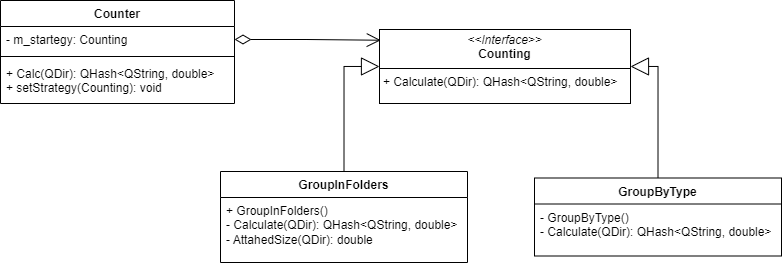
OstaninRoman/TRPO_lab3 keeps this draw.io diagram as UML_TRPO_lab3.png. Above is the earlier version. Source tidied: cells renumbered, new cells last; positions are measured from the earlier drawing's top-left corner, leaving out a move shared by most shapes.
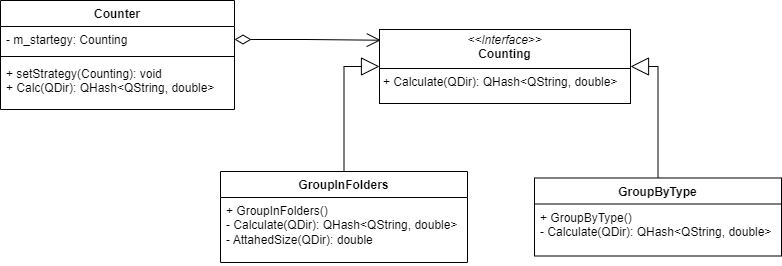
After the commit.

Commit message:
Поправил UML-диаграмму

What changed in the source:
```diff
@@ -14,11 +14,11 @@
     <mxCell id="5" value="GroupByType" style="swimlane;fontStyle=1;align=center;verticalAlign=top;horizontal=1;startSize=26;whiteSpace=wrap;html=1;" parent="1" vertex="1">
       <mxGeometry x="534" y="177.5" width="247" height="78" as="geometry" />
     </mxCell>
-    <mxCell id="6" value="&lt;div&gt;- GroupByType()&amp;nbsp;&lt;/div&gt;&lt;div&gt;- Calculate(&lt;span style=&quot;background-color: initial;&quot;&gt;QDir): QHash&amp;lt;QString, double&amp;gt;&lt;/span&gt;&lt;/div&gt;" style="text;strokeColor=none;fillColor=none;align=left;verticalAlign=top;spacingLeft=4;spacingRight=4;overflow=hidden;whiteSpace=wrap;html=1;" parent="5" vertex="1">
+    <mxCell id="6" value="&lt;div&gt;+ GroupByType()&amp;nbsp;&lt;/div&gt;&lt;div&gt;- Calculate(&lt;span style=&quot;background-color: initial;&quot;&gt;QDir): QHash&amp;lt;QString, double&amp;gt;&lt;/span&gt;&lt;/div&gt;" style="text;strokeColor=none;fillColor=none;align=left;verticalAlign=top;spacingLeft=4;spacingRight=4;overflow=hidden;whiteSpace=wrap;html=1;" parent="5" vertex="1">
       <mxGeometry y="26" width="247" height="52" as="geometry" />
     </mxCell>
     <mxCell id="7" value="Counter" style="swimlane;fontStyle=1;align=center;verticalAlign=top;horizontal=1;startSize=26;whiteSpace=wrap;html=1;" parent="1" vertex="1">
-      <mxGeometry width="234" height="103" as="geometry" />
+      <mxGeometry width="234" height="109" as="geometry" />
     </mxCell>
     <mxCell id="8" value="- m_startegy: Counting" style="text;strokeColor=none;fillColor=none;align=left;verticalAlign=top;spacingLeft=4;spacingRight=4;overflow=hidden;points=[[0,0.5],[1,0.5]];portConstraint=eastwest;whiteSpace=wrap;html=1;" parent="7" vertex="1">
       <mxGeometry y="26" width="234" height="26" as="geometry" />
@@ -26,8 +26,8 @@
     <mxCell id="9" style="line;strokeWidth=1;fillColor=none;align=left;verticalAlign=middle;spacingTop=-1;spacingLeft=3;spacingRight=3;labelPosition=right;strokeColor=inherit;" parent="7" vertex="1">
       <mxGeometry y="52" width="234" height="8" as="geometry" />
     </mxCell>
-    <mxCell id="10" value="+ Calc(QDir&lt;span style=&quot;background-color: initial;&quot;&gt;): QHash&amp;lt;QString, double&amp;gt;&lt;/span&gt;&lt;div&gt;&lt;span style=&quot;background-color: initial;&quot;&gt;+ setStrategy(&lt;/span&gt;&lt;span style=&quot;background-color: initial;&quot;&gt;Counting&lt;/span&gt;&lt;span style=&quot;background-color: initial;&quot;&gt;): void&lt;/span&gt;&lt;/div&gt;" style="text;strokeColor=none;fillColor=none;align=left;verticalAlign=top;spacingLeft=4;spacingRight=4;overflow=hidden;whiteSpace=wrap;html=1;" parent="7" vertex="1">
-      <mxGeometry y="60" width="234" height="43" as="geometry" />
+    <mxCell id="10" value="&lt;div&gt;&lt;span style=&quot;background-color: initial;&quot;&gt;+ setStrategy(&lt;/span&gt;&lt;span style=&quot;background-color: initial;&quot;&gt;Counting&lt;/span&gt;&lt;span style=&quot;background-color: initial;&quot;&gt;): void&lt;/span&gt;&lt;br&gt;&lt;/div&gt;+ Calc(QDir&lt;span style=&quot;background-color: initial;&quot;&gt;): QHash&amp;lt;QString, double&amp;gt;&lt;/span&gt;&lt;div&gt;&lt;br&gt;&lt;/div&gt;" style="text;strokeColor=none;fillColor=none;align=left;verticalAlign=top;spacingLeft=4;spacingRight=4;overflow=hidden;whiteSpace=wrap;html=1;" parent="7" vertex="1">
+      <mxGeometry y="60" width="234" height="49" as="geometry" />
     </mxCell>
     <mxCell id="11" style="endArrow=block;endSize=16;endFill=0;html=1;rounded=0;fontSize=12;exitX=0.5;exitY=0;exitDx=0;exitDy=0;entryX=0;entryY=0.5;entryDx=0;entryDy=0;edgeStyle=orthogonalEdgeStyle;" parent="1" edge="1" source="3" target="2">
       <mxGeometry relative="1" as="geometry" />
```
